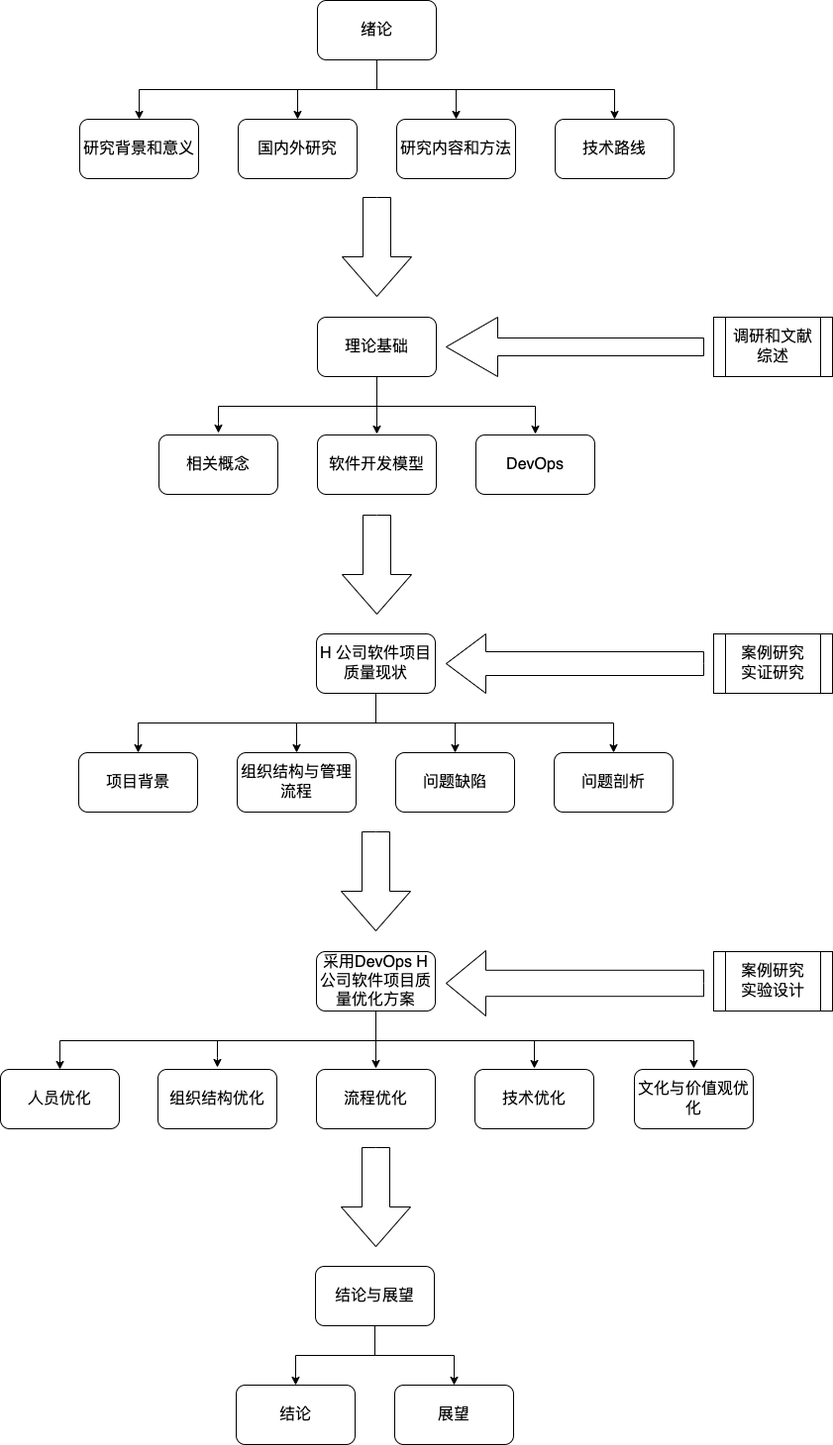
Above: 选题报告/技术路线图.png in jovanliuc/master-thesis (draw.io), before the change. Source tidied: cells renumbered, new cells last; positions are measured from the earlier drawing's top-left corner, leaving out a move shared by most shapes.
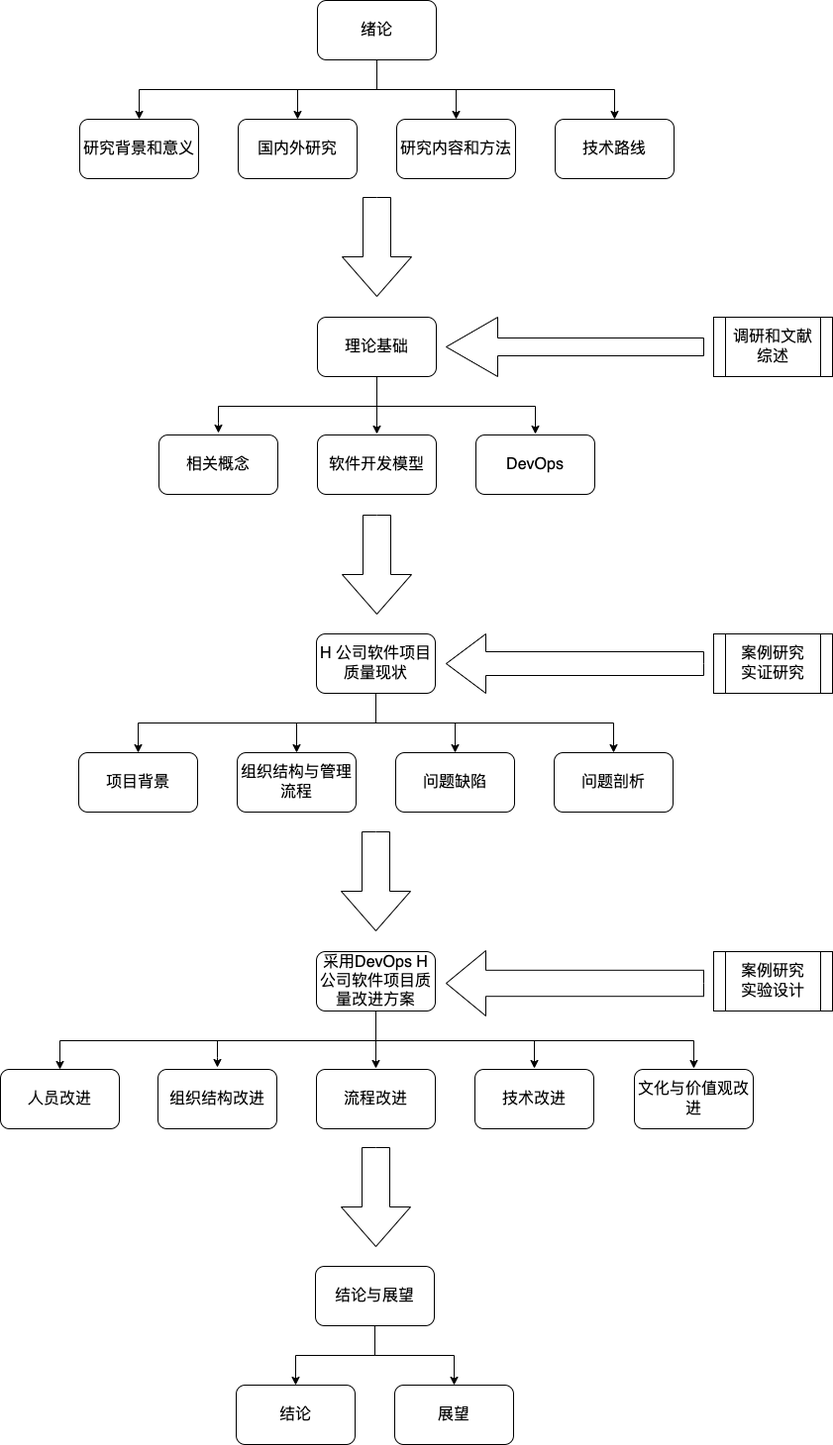
After the commit.

Diff of the diagram source:
```diff
@@ -138,16 +138,16 @@
         <mxPoint x="379" y="1079" as="targetPoint" />
       </mxGeometry>
     </mxCell>
-    <mxCell id="30" value="技术优化" style="rounded=1;whiteSpace=wrap;html=1;" parent="1" vertex="1">
+    <mxCell id="30" value="技术改进" style="rounded=1;whiteSpace=wrap;html=1;" parent="1" vertex="1">
       <mxGeometry x="479" y="1080" width="120" height="60" as="geometry" />
     </mxCell>
-    <mxCell id="31" value="组织结构优化" style="rounded=1;whiteSpace=wrap;html=1;" parent="1" vertex="1">
+    <mxCell id="31" value="组织结构改进" style="rounded=1;whiteSpace=wrap;html=1;" parent="1" vertex="1">
       <mxGeometry x="159" y="1080" width="120" height="60" as="geometry" />
     </mxCell>
-    <mxCell id="32" value="流程优化" style="rounded=1;whiteSpace=wrap;html=1;" parent="1" vertex="1">
+    <mxCell id="32" value="流程改进" style="rounded=1;whiteSpace=wrap;html=1;" parent="1" vertex="1">
       <mxGeometry x="319" y="1080" width="120" height="60" as="geometry" />
     </mxCell>
-    <mxCell id="33" value="采用DevOps H 公司软件项目质量优化方案" style="rounded=1;whiteSpace=wrap;html=1;" parent="1" vertex="1">
+    <mxCell id="33" value="采用DevOps H 公司软件项目质量改进方案" style="rounded=1;whiteSpace=wrap;html=1;" parent="1" vertex="1">
       <mxGeometry x="319" y="961" width="120" height="60" as="geometry" />
     </mxCell>
     <mxCell id="34" style="html=1;shadow=0;dashed=0;align=center;verticalAlign=middle;shape=mxgraph.arrows2.arrow;dy=0.6;dx=40;direction=south;notch=0;" parent="1" vertex="1">
@@ -175,10 +175,10 @@
         </Array>
       </mxGeometry>
     </mxCell>
-    <mxCell id="37" value="人员优化" style="rounded=1;whiteSpace=wrap;html=1;" parent="1" vertex="1">
+    <mxCell id="37" value="人员改进" style="rounded=1;whiteSpace=wrap;html=1;" parent="1" vertex="1">
       <mxGeometry y="1080" width="120" height="60" as="geometry" />
     </mxCell>
-    <mxCell id="38" value="文化与价值观优化" style="rounded=1;whiteSpace=wrap;html=1;" parent="1" vertex="1">
+    <mxCell id="38" value="文化与价值观改进" style="rounded=1;whiteSpace=wrap;html=1;" parent="1" vertex="1">
       <mxGeometry x="640" y="1080" width="120" height="60" as="geometry" />
     </mxCell>
     <mxCell id="39" style="edgeStyle=orthogonalEdgeStyle;rounded=0;jettySize=auto;html=1;exitX=0.5;exitY=1;exitDx=0;exitDy=0;entryX=0.5;entryY=0;entryDx=0;entryDy=0;" parent="1" edge="1" target="37">
```
